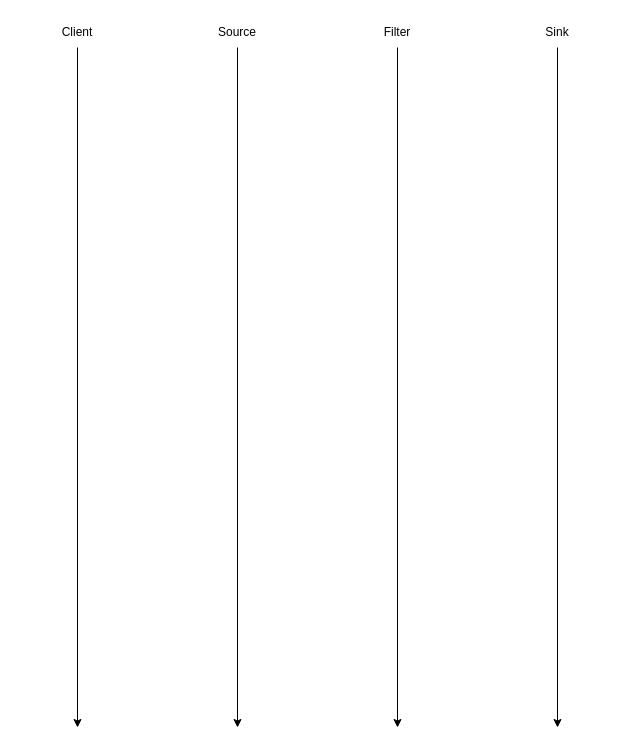
Above: acquire-threads.drawio in andy-sweet/diagrams (draw.io), before the change. Source tidied: cells renumbered, new cells numbered last; positions are measured from the earlier drawing's top-left corner, leaving out a move shared by most shapes. Both pictures are drawn from the tidied source at 100%, with x=0, y=0 at pixel (47, 17).
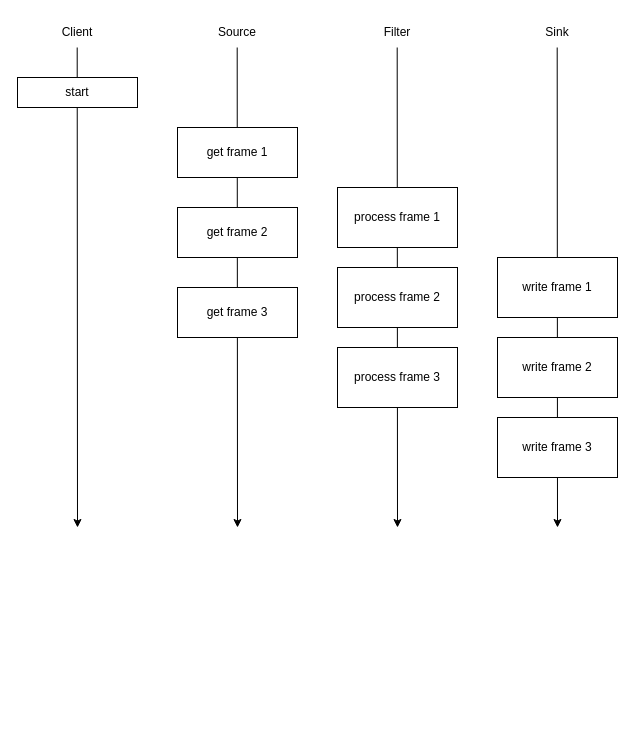
After the change.

The edit, as a diff of the source:
```diff
@@
-    <mxCell id="2" style="endArrow=classic;html=1;rounded=0;" parent="1" edge="1">
-      <mxGeometry relative="1" as="geometry">
-        <mxPoint x="30" y="30" as="sourcePoint" />
-        <mxPoint x="30" y="710" as="targetPoint" />
-      </mxGeometry>
-    </mxCell>
+    <mxCell id="10" style="endArrow=classic;html=1;rounded=0;" parent="1" edge="1">
+      <mxGeometry relative="1" as="geometry">
+        <mxPoint x="509.7" y="30" as="sourcePoint" />
+        <mxPoint x="510" y="510" as="targetPoint" />
+      </mxGeometry>
+    </mxCell>
+    <mxCell id="11" style="endArrow=classic;html=1;rounded=0;" parent="1" edge="1">
+      <mxGeometry relative="1" as="geometry">
+        <mxPoint x="349.7" y="30" as="sourcePoint" />
+        <mxPoint x="350" y="510" as="targetPoint" />
+      </mxGeometry>
+    </mxCell>
+    <mxCell id="12" style="endArrow=classic;html=1;rounded=0;" parent="1" edge="1">
+      <mxGeometry relative="1" as="geometry">
+        <mxPoint x="29.7" y="30" as="sourcePoint" />
+        <mxPoint x="30" y="510" as="targetPoint" />
+      </mxGeometry>
+    </mxCell>
+    <mxCell id="13" style="endArrow=classic;html=1;rounded=0;" parent="1" edge="1">
+      <mxGeometry relative="1" as="geometry">
+        <mxPoint x="189.7" y="30" as="sourcePoint" />
+        <mxPoint x="190" y="510" as="targetPoint" />
+      </mxGeometry>
+    </mxCell>
@@
-    <mxCell id="4" style="endArrow=classic;html=1;rounded=0;" parent="1" edge="1">
-      <mxGeometry relative="1" as="geometry">
-        <mxPoint x="190" y="30" as="sourcePoint" />
-        <mxPoint x="190" y="710" as="targetPoint" />
-      </mxGeometry>
-    </mxCell>
@@
-    <mxCell id="6" style="endArrow=classic;html=1;rounded=0;" parent="1" edge="1">
-      <mxGeometry relative="1" as="geometry">
-        <mxPoint x="350" y="30" as="sourcePoint" />
-        <mxPoint x="350" y="710" as="targetPoint" />
-      </mxGeometry>
-    </mxCell>
@@
-    <mxCell id="8" style="endArrow=classic;html=1;rounded=0;" parent="1" edge="1">
-      <mxGeometry relative="1" as="geometry">
-        <mxPoint x="510" y="30" as="sourcePoint" />
-        <mxPoint x="510" y="710" as="targetPoint" />
-      </mxGeometry>
-    </mxCell>
@@
+    <mxCell id="14" value="start" style="rounded=0;whiteSpace=wrap;html=1;" parent="1" vertex="1">
+      <mxGeometry x="-30" y="60" width="120" height="30" as="geometry" />
+    </mxCell>
+    <mxCell id="15" value="process frame 1" style="rounded=0;whiteSpace=wrap;html=1;" parent="1" vertex="1">
+      <mxGeometry x="290" y="170" width="120" height="60" as="geometry" />
+    </mxCell>
+    <mxCell id="16" value="write frame 1" style="rounded=0;whiteSpace=wrap;html=1;" parent="1" vertex="1">
+      <mxGeometry x="450" y="240" width="120" height="60" as="geometry" />
+    </mxCell>
+    <mxCell id="17" value="get frame 1" style="rounded=0;whiteSpace=wrap;html=1;" parent="1" vertex="1">
+      <mxGeometry x="130" y="110" width="120" height="50" as="geometry" />
+    </mxCell>
+    <mxCell id="18" value="get frame 2" style="rounded=0;whiteSpace=wrap;html=1;" parent="1" vertex="1">
+      <mxGeometry x="130" y="190" width="120" height="50" as="geometry" />
+    </mxCell>
+    <mxCell id="19" value="get frame 3" style="rounded=0;whiteSpace=wrap;html=1;" parent="1" vertex="1">
+      <mxGeometry x="130" y="270" width="120" height="50" as="geometry" />
+    </mxCell>
+    <mxCell id="20" value="process frame 2" style="rounded=0;whiteSpace=wrap;html=1;" parent="1" vertex="1">
+      <mxGeometry x="290" y="250" width="120" height="60" as="geometry" />
+    </mxCell>
+    <mxCell id="21" value="process frame 3" style="rounded=0;whiteSpace=wrap;html=1;" parent="1" vertex="1">
+      <mxGeometry x="290" y="330" width="120" height="60" as="geometry" />
+    </mxCell>
+    <mxCell id="22" value="write frame 2" style="rounded=0;whiteSpace=wrap;html=1;" parent="1" vertex="1">
+      <mxGeometry x="450" y="320" width="120" height="60" as="geometry" />
+    </mxCell>
+    <mxCell id="23" value="write frame 3" style="rounded=0;whiteSpace=wrap;html=1;" parent="1" vertex="1">
+      <mxGeometry x="450" y="400" width="120" height="60" as="geometry" />
+    </mxCell>
```
